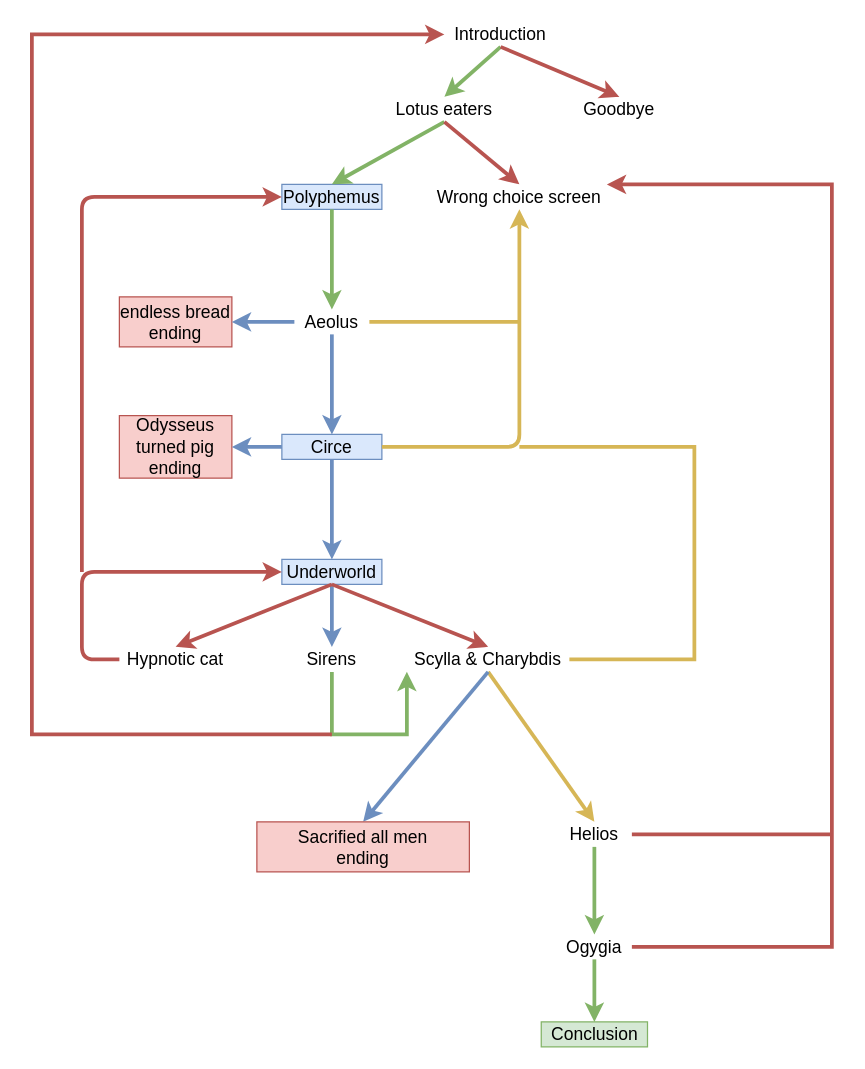
Earlier version of the draw.io diagram Odyssey.drawio (dansolombrino/OdyssPy-proficient). Source tidied: cells renumbered, new cells numbered last; positions are measured from the earlier drawing's top-left corner, leaving out a move shared by most shapes. Both pictures are drawn from the tidied source at 125%, with x=0, y=0 at pixel (31, 21).
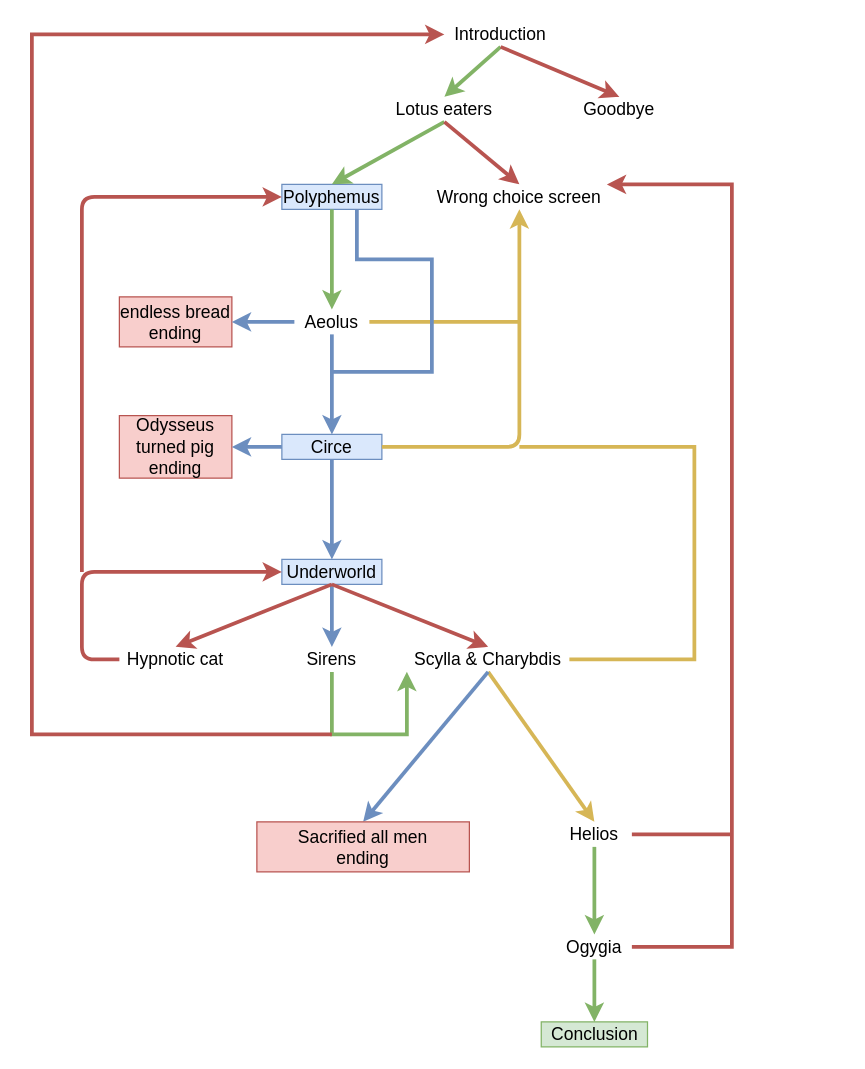
The same diagram, later.

Commit message (it also covers changes not shown here):
improve story flowchart

Unchanged cells that the change refers to:
```xml
<mxCell id="7" value="&lt;font style=&quot;font-size: 14px&quot;&gt;Polyphemus&lt;/font&gt;" style="text;html=1;strokeColor=#6c8ebf;fillColor=#dae8fc;align=center;verticalAlign=middle;whiteSpace=wrap;rounded=0;" parent="1" vertex="1">
  <mxGeometry x="200" y="130" width="80" height="20" as="geometry" />
</mxCell>
<mxCell id="8" value="&lt;font style=&quot;font-size: 14px&quot;&gt;Wrong choice screen&lt;/font&gt;" style="text;html=1;strokeColor=none;fillColor=none;align=center;verticalAlign=middle;whiteSpace=wrap;rounded=0;" parent="1" vertex="1">
  <mxGeometry x="320" y="130" width="140" height="20" as="geometry" />
</mxCell>
<mxCell id="28" value="&lt;font style=&quot;font-size: 14px&quot;&gt;Helios&lt;/font&gt;" style="text;html=1;strokeColor=none;fillColor=none;align=center;verticalAlign=middle;whiteSpace=wrap;rounded=0;" parent="1" vertex="1">
  <mxGeometry x="420" y="640" width="60" height="20" as="geometry" />
</mxCell>
<mxCell id="31" value="&lt;font style=&quot;font-size: 14px&quot;&gt;Ogygia&lt;/font&gt;" style="text;html=1;strokeColor=none;fillColor=none;align=center;verticalAlign=middle;whiteSpace=wrap;rounded=0;" parent="1" vertex="1">
  <mxGeometry x="420" y="730" width="60" height="20" as="geometry" />
</mxCell>
```

The edit, as a diff of the source:
```diff
@@
     <mxCell id="33" style="endArrow=classic;html=1;rounded=0;strokeWidth=3;exitX=1;exitY=0.5;exitDx=0;exitDy=0;entryX=1;entryY=0;entryDx=0;entryDy=0;fillColor=#f8cecc;strokeColor=#b85450;" parent="1" edge="1" source="31" target="8">
       <mxGeometry relative="1" as="geometry">
         <Array as="points">
-          <mxPoint x="640" y="740" />
-          <mxPoint x="640" y="130" />
+          <mxPoint x="560" y="740" />
+          <mxPoint x="560" y="130" />
         </Array>
       </mxGeometry>
     </mxCell>
@@
     <mxCell id="39" style="endArrow=none;html=1;rounded=0;strokeWidth=3;exitX=1;exitY=0.5;exitDx=0;exitDy=0;fillColor=#f8cecc;strokeColor=#b85450;" parent="1" edge="1" source="28">
       <mxGeometry relative="1" as="geometry">
-        <mxPoint x="640" y="650" as="targetPoint" />
+        <mxPoint x="560" y="650" as="targetPoint" />
       </mxGeometry>
     </mxCell>
@@
+    <mxCell id="44" style="endArrow=none;html=1;rounded=0;strokeWidth=3;exitX=0.75;exitY=1;exitDx=0;exitDy=0;fillColor=#dae8fc;strokeColor=#6c8ebf;" parent="1" edge="1" source="7">
+      <mxGeometry relative="1" as="geometry">
+        <mxPoint x="240" y="280" as="targetPoint" />
+        <Array as="points">
+          <mxPoint x="260" y="190" />
+          <mxPoint x="320" y="190" />
+          <mxPoint x="320" y="280" />
+          <mxPoint x="260" y="280" />
+        </Array>
+      </mxGeometry>
+    </mxCell>
```
